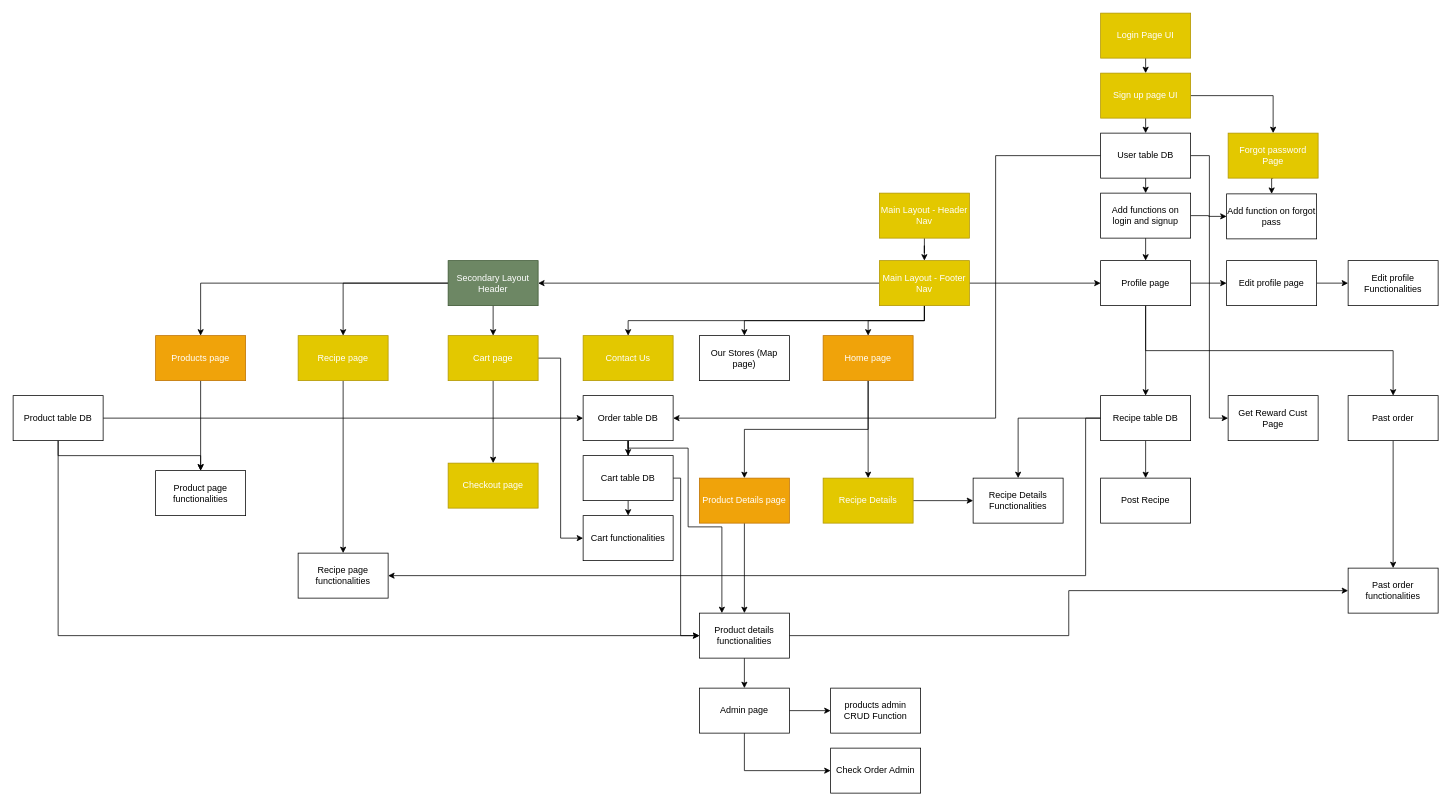
Before: Untitled Diagram.drawio in Wavergg/721SoftwareEngineering, a draw.io diagram. Source tidied: cells renumbered, new cells numbered last; positions are measured from the earlier drawing's top-left corner, leaving out a move shared by most shapes. Both pictures are drawn from the tidied source at 75%, with x=0, y=0 at pixel (13, 13).
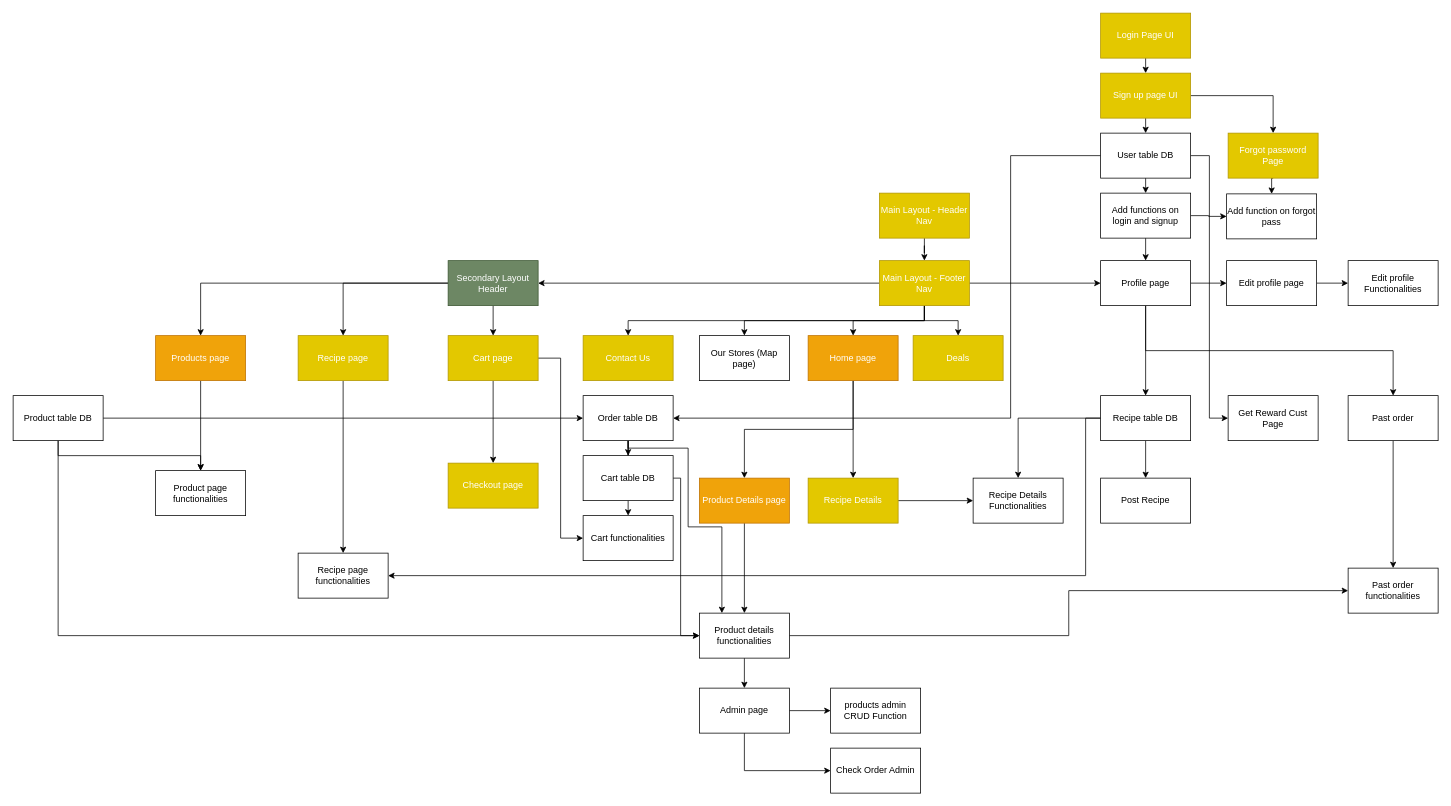
After the change.

Unchanged cells that the change refers to:
```xml
<mxCell id="9" value="Main Layout - Footer Nav" style="rounded=0;whiteSpace=wrap;html=1;fillColor=#e3c800;strokeColor=#B09500;fontColor=#ffffff;" parent="1" vertex="1">
  <mxGeometry x="1155" y="330" width="120" height="60" as="geometry" />
</mxCell>
<mxCell id="26" value="User table DB" style="rounded=0;whiteSpace=wrap;html=1;" parent="1" vertex="1">
  <mxGeometry x="1450" y="160" width="120" height="60" as="geometry" />
</mxCell>
<mxCell id="72" value="Order table DB" style="rounded=0;whiteSpace=wrap;html=1;" parent="1" vertex="1">
  <mxGeometry x="760" y="510" width="120" height="60" as="geometry" />
</mxCell>
```

Change to the diagram source:
```diff
@@
+    <mxCell id="84" style="edgeStyle=orthogonalEdgeStyle;rounded=0;jettySize=auto;html=1;entryX=0.5;entryY=0;entryDx=0;entryDy=0;" parent="1" edge="1" source="9" target="85">
+      <mxGeometry relative="1" as="geometry" />
+    </mxCell>
@@
     <mxCell id="14" value="Home page" style="rounded=0;whiteSpace=wrap;html=1;fillColor=#f0a30a;strokeColor=#BD7000;fontColor=#ffffff;" parent="1" vertex="1">
-      <mxGeometry x="1080" y="430" width="120" height="60" as="geometry" />
+      <mxGeometry x="1060" y="430" width="120" height="60" as="geometry" />
     </mxCell>
@@
     <mxCell id="18" value="Recipe Details" style="rounded=0;whiteSpace=wrap;html=1;fillColor=#e3c800;strokeColor=#B09500;fontColor=#ffffff;" parent="1" vertex="1">
-      <mxGeometry x="1080" y="620" width="120" height="60" as="geometry" />
+      <mxGeometry x="1060" y="620" width="120" height="60" as="geometry" />
     </mxCell>
@@
     <mxCell id="25" style="edgeStyle=orthogonalEdgeStyle;rounded=0;jettySize=auto;html=1;exitX=0;exitY=0.5;exitDx=0;exitDy=0;entryX=1;entryY=0.5;entryDx=0;entryDy=0;" parent="1" edge="1" source="26" target="72">
       <mxGeometry relative="1" as="geometry">
         <Array as="points">
-          <mxPoint x="1310" y="190" />
-          <mxPoint x="1310" y="540" />
+          <mxPoint x="1330" y="190" />
+          <mxPoint x="1330" y="540" />
         </Array>
       </mxGeometry>
     </mxCell>
@@
+    <mxCell id="85" value="Deals" style="rounded=0;whiteSpace=wrap;html=1;fillColor=#e3c800;strokeColor=#B09500;fontColor=#ffffff;" parent="1" vertex="1">
+      <mxGeometry x="1200" y="430" width="120" height="60" as="geometry" />
+    </mxCell>
```
